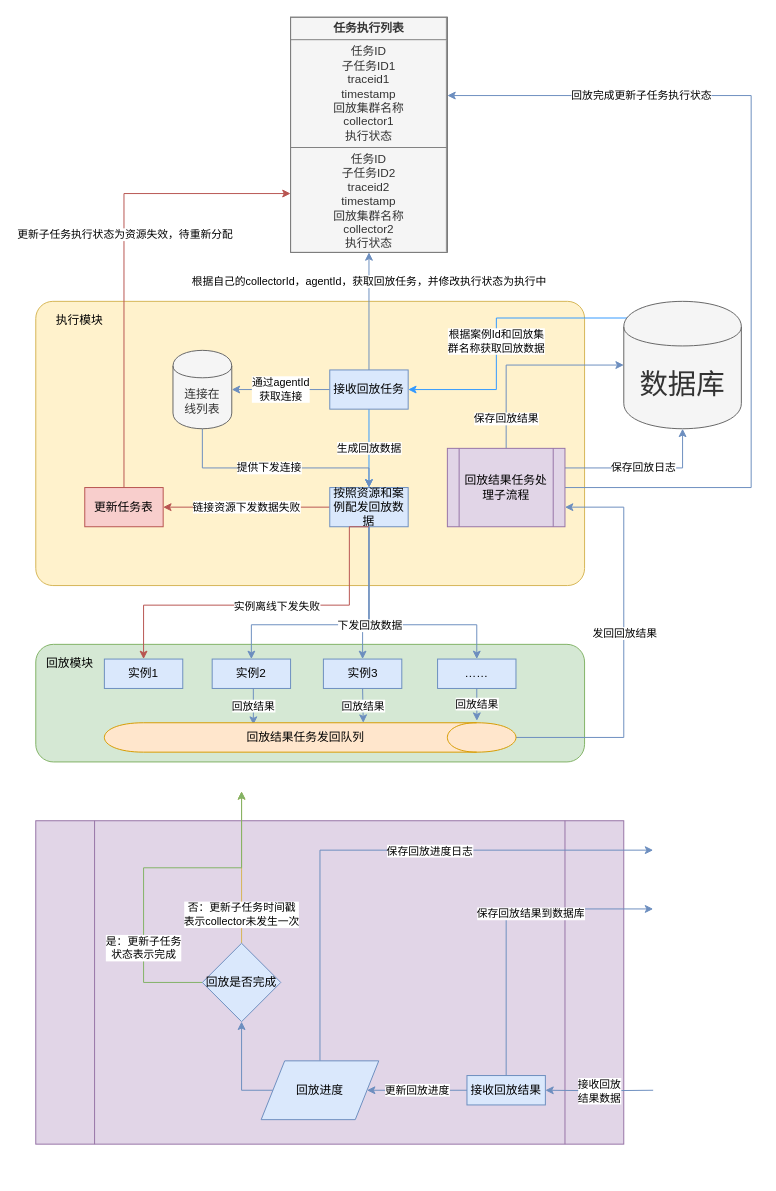
Before: 执行模块.drawio in emothion/diagrams, a draw.io diagram. Source tidied: cells renumbered, new cells numbered last; positions are measured from the earlier drawing's top-left corner, leaving out a move shared by most shapes. Both pictures are drawn from the tidied source at 98%, with x=0, y=0 at pixel (35, 17).
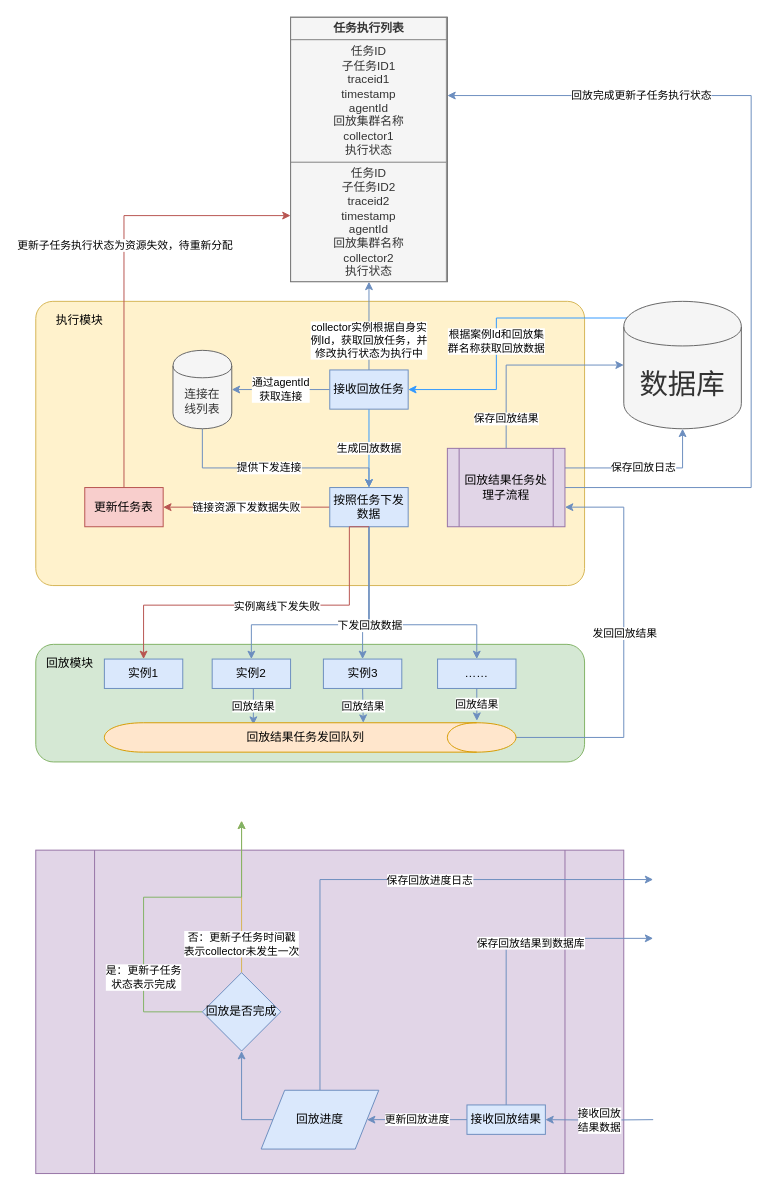
After the change.

Commit message (it also covers changes not shown here):
更新执行模块.drawio

The change refers to these unchanged cells:
```xml
<mxCell id="9" value="接收回放任务" style="rounded=0;whiteSpace=wrap;html=1;fillColor=#dae8fc;strokeColor=#6c8ebf;" parent="1" vertex="1">
  <mxGeometry x="300" y="360" width="80" height="40" as="geometry" />
</mxCell>
```

Diff of the diagram source:
```diff
@@
     <mxCell id="2" style="shape=process;whiteSpace=wrap;html=1;backgroundOutline=1;fillColor=#e1d5e7;strokeColor=#9673a6;" parent="1" vertex="1">
-      <mxGeometry y="820" width="600" height="330" as="geometry" />
+      <mxGeometry y="850" width="600" height="330" as="geometry" />
     </mxCell>
     <mxCell id="3" value="接收回放&lt;br&gt;结果数据" style="edgeStyle=orthogonalEdgeStyle;rounded=0;jettySize=auto;html=1;entryX=1;entryY=0.5;entryDx=0;entryDy=0;fillColor=#dae8fc;strokeColor=#6c8ebf;" parent="1" edge="1" target="46">
       <mxGeometry relative="1" as="geometry">
-        <mxPoint x="630" y="1095" as="sourcePoint" />
+        <mxPoint x="630" y="1125" as="sourcePoint" />
       </mxGeometry>
     </mxCell>
@@
-    <mxCell id="7" value="根据自己的collectorId，agentId，获取回放任务，并修改执行状态为执行中" style="edgeStyle=orthogonalEdgeStyle;rounded=0;jettySize=auto;html=1;exitX=0.5;exitY=0;exitDx=0;exitDy=0;entryX=0.5;entryY=1;entryDx=0;entryDy=0;fillColor=#dae8fc;strokeColor=#6c8ebf;" parent="1" edge="1" source="9" target="14">
-      <mxGeometry x="0.5" relative="1" as="geometry" />
+    <mxCell id="7" value="collector实例根据自身实&lt;br&gt;例Id，获取回放任务，并&lt;br&gt;修改执行状态为执行中" style="edgeStyle=orthogonalEdgeStyle;rounded=0;jettySize=auto;html=1;exitX=0.5;exitY=0;exitDx=0;exitDy=0;entryX=0.5;entryY=1;entryDx=0;entryDy=0;fillColor=#dae8fc;strokeColor=#6c8ebf;" parent="1" edge="1" source="9" target="14">
+      <mxGeometry x="-0.33" relative="1" as="geometry" />
     </mxCell>
@@
-    <mxCell id="11" value="按照资源和案例配发回放数据" style="rounded=0;whiteSpace=wrap;html=1;fillColor=#dae8fc;strokeColor=#6c8ebf;" parent="1" vertex="1">
+    <mxCell id="11" value="按照任务下发数据" style="rounded=0;whiteSpace=wrap;html=1;fillColor=#dae8fc;strokeColor=#6c8ebf;" parent="1" vertex="1">
       <mxGeometry x="300" y="480" width="80" height="40" as="geometry" />
     </mxCell>
@@
-    <mxCell id="14" value="&lt;table border=&quot;1&quot; width=&quot;100%&quot; cellpadding=&quot;4&quot; style=&quot;width: 100% ; height: 100% ; border-collapse: collapse&quot;&gt;&lt;tbody&gt;&lt;tr&gt;&lt;th align=&quot;center&quot;&gt;任务执行列表&lt;/th&gt;&lt;/tr&gt;&lt;tr&gt;&lt;td align=&quot;center&quot;&gt;任务ID&lt;br&gt;子任务ID1&lt;br&gt;traceid1&lt;br&gt;timestamp&lt;br&gt;回放集群名称&lt;br&gt;collector1&lt;br&gt;执行状态&lt;/td&gt;&lt;/tr&gt;&lt;tr&gt;&lt;td align=&quot;center&quot;&gt;任务ID&lt;br&gt;子任务ID2&lt;br&gt;traceid2&lt;br&gt;timestamp&lt;br&gt;回放集群名称&lt;br&gt;collector2&lt;br&gt;执行状态&lt;br&gt;&lt;/td&gt;&lt;/tr&gt;&lt;/tbody&gt;&lt;/table&gt;" style="text;html=1;strokeColor=#666666;fillColor=#f5f5f5;overflow=fill;fontColor=#333333;" parent="1" vertex="1">
-      <mxGeometry x="260" width="160" height="240" as="geometry" />
+    <mxCell id="14" value="&lt;table border=&quot;1&quot; width=&quot;100%&quot; cellpadding=&quot;4&quot; style=&quot;width: 100% ; height: 100% ; border-collapse: collapse&quot;&gt;&lt;tbody&gt;&lt;tr&gt;&lt;th align=&quot;center&quot;&gt;任务执行列表&lt;/th&gt;&lt;/tr&gt;&lt;tr&gt;&lt;td align=&quot;center&quot;&gt;任务ID&lt;br&gt;子任务ID1&lt;br&gt;traceid1&lt;br&gt;timestamp&lt;br&gt;agentId&lt;br&gt;回放集群名称&lt;br&gt;collector1&lt;br&gt;执行状态&lt;/td&gt;&lt;/tr&gt;&lt;tr&gt;&lt;td align=&quot;center&quot;&gt;任务ID&lt;br&gt;子任务ID2&lt;br&gt;traceid2&lt;br&gt;timestamp&lt;br&gt;agentId&lt;br&gt;回放集群名称&lt;br&gt;collector2&lt;br&gt;执行状态&lt;br&gt;&lt;/td&gt;&lt;/tr&gt;&lt;/tbody&gt;&lt;/table&gt;" style="text;html=1;strokeColor=#666666;fillColor=#f5f5f5;overflow=fill;fontColor=#333333;" parent="1" vertex="1">
+      <mxGeometry x="260" width="160" height="270" as="geometry" />
     </mxCell>
@@
     <mxCell id="43" style="edgeStyle=orthogonalEdgeStyle;rounded=0;jettySize=auto;html=1;exitX=0.5;exitY=0;exitDx=0;exitDy=0;fillColor=#dae8fc;strokeColor=#6c8ebf;" parent="1" edge="1" source="46">
       <mxGeometry relative="1" as="geometry">
-        <mxPoint x="630" y="910" as="targetPoint" />
+        <mxPoint x="630" y="940" as="targetPoint" />
         <Array as="points">
-          <mxPoint x="480" y="910" />
+          <mxPoint x="480" y="940" />
         </Array>
       </mxGeometry>
     </mxCell>
@@
     <mxCell id="46" value="接收回放结果" style="rounded=0;whiteSpace=wrap;html=1;fillColor=#dae8fc;strokeColor=#6c8ebf;" parent="1" vertex="1">
-      <mxGeometry x="440" y="1080" width="80" height="30" as="geometry" />
+      <mxGeometry x="440" y="1110" width="80" height="30" as="geometry" />
     </mxCell>
     <mxCell id="47" style="edgeStyle=orthogonalEdgeStyle;rounded=0;jettySize=auto;html=1;exitX=0.5;exitY=0;exitDx=0;exitDy=0;fillColor=#dae8fc;strokeColor=#6c8ebf;" parent="1" edge="1" source="50">
       <mxGeometry relative="1" as="geometry">
-        <mxPoint x="630" y="850" as="targetPoint" />
+        <mxPoint x="630" y="880" as="targetPoint" />
         <Array as="points">
-          <mxPoint x="290" y="850" />
+          <mxPoint x="290" y="880" />
         </Array>
       </mxGeometry>
     </mxCell>
@@
     <mxCell id="49" style="edgeStyle=orthogonalEdgeStyle;rounded=0;jettySize=auto;html=1;exitX=0;exitY=0.5;exitDx=0;exitDy=0;entryX=0.5;entryY=1;entryDx=0;entryDy=0;fillColor=#dae8fc;strokeColor=#6c8ebf;" parent="1" edge="1" source="50" target="53">
       <mxGeometry relative="1" as="geometry">
         <Array as="points">
-          <mxPoint x="210" y="1095" />
+          <mxPoint x="210" y="1125" />
         </Array>
       </mxGeometry>
     </mxCell>
     <mxCell id="50" value="回放进度" style="shape=parallelogram;perimeter=parallelogramPerimeter;whiteSpace=wrap;html=1;fillColor=#dae8fc;strokeColor=#6c8ebf;" parent="1" vertex="1">
-      <mxGeometry x="230" y="1065" width="120" height="60" as="geometry" />
+      <mxGeometry x="230" y="1095" width="120" height="60" as="geometry" />
     </mxCell>
     <mxCell id="51" value="否：更新子任务时间戳&lt;br&gt;表示collector未发生一次" style="edgeStyle=orthogonalEdgeStyle;rounded=0;jettySize=auto;html=1;exitX=0.5;exitY=0;exitDx=0;exitDy=0;fillColor=#fff2cc;strokeColor=#d6b656;" parent="1" edge="1" source="53">
       <mxGeometry x="-0.62" relative="1" as="geometry">
-        <mxPoint x="210" y="790" as="targetPoint" />
+        <mxPoint x="210" y="820" as="targetPoint" />
         <Array as="points">
-          <mxPoint x="210" y="870" />
-          <mxPoint x="210" y="870" />
+          <mxPoint x="210" y="900" />
+          <mxPoint x="210" y="900" />
         </Array>
       </mxGeometry>
     </mxCell>
     <mxCell id="52" value="是：更新子任务&lt;br&gt;状态表示完成" style="edgeStyle=orthogonalEdgeStyle;rounded=0;jettySize=auto;html=1;exitX=0;exitY=0.5;exitDx=0;exitDy=0;fillColor=#d5e8d4;strokeColor=#82b366;" parent="1" edge="1" source="53">
       <mxGeometry x="-0.66" y="-35" relative="1" as="geometry">
-        <mxPoint x="210" y="790" as="targetPoint" />
+        <mxPoint x="210" y="820" as="targetPoint" />
         <Array as="points">
-          <mxPoint x="110" y="985" />
-          <mxPoint x="110" y="868" />
-          <mxPoint x="210" y="868" />
+          <mxPoint x="110" y="1015" />
+          <mxPoint x="110" y="898" />
+          <mxPoint x="210" y="898" />
         </Array>
         <mxPoint x="-35" y="-35" as="offset" />
       </mxGeometry>
     </mxCell>
     <mxCell id="53" value="回放是否完成" style="rhombus;whiteSpace=wrap;html=1;fillColor=#dae8fc;strokeColor=#6c8ebf;" parent="1" vertex="1">
-      <mxGeometry x="170" y="945" width="80" height="80" as="geometry" />
+      <mxGeometry x="170" y="975" width="80" height="80" as="geometry" />
     </mxCell>
```
